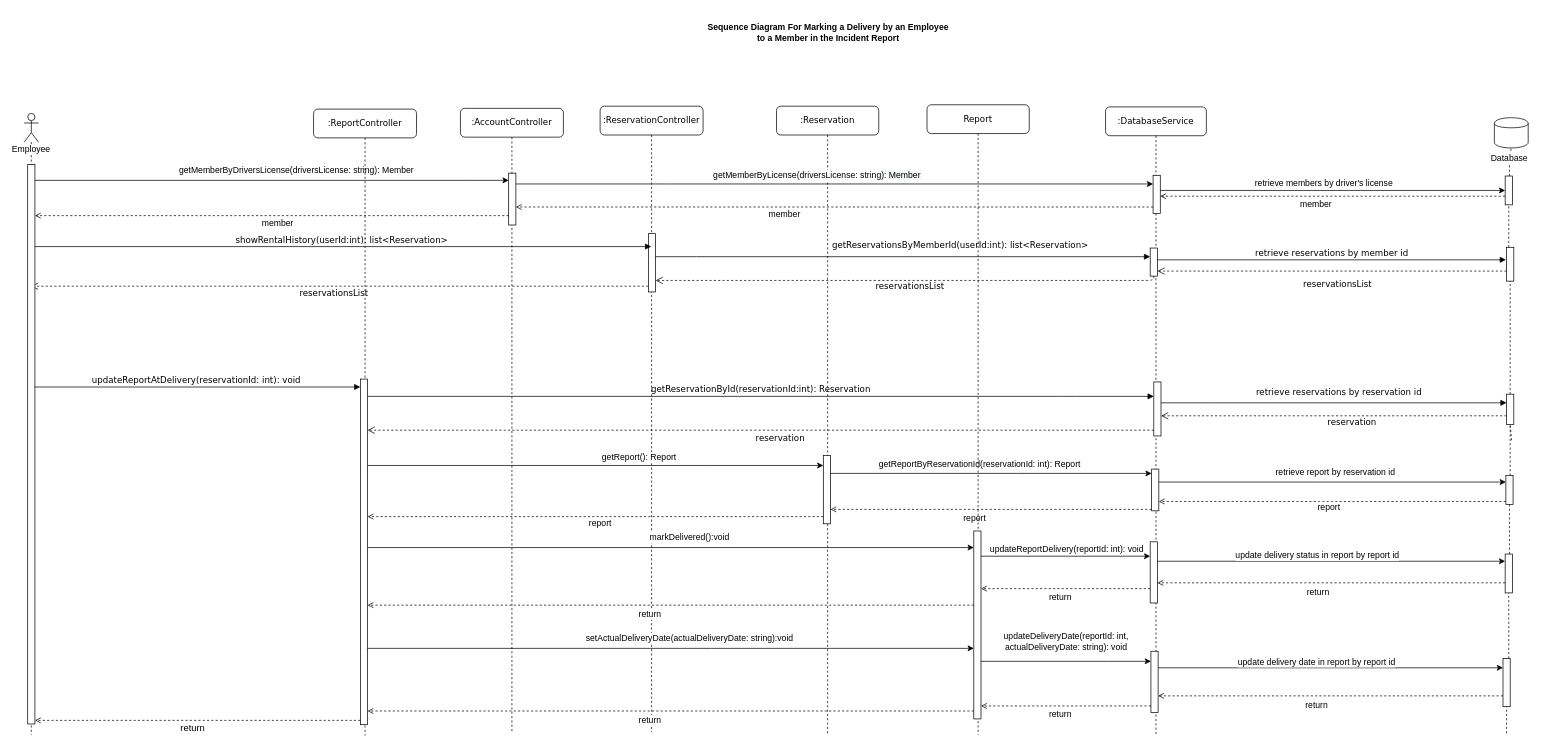
Above: Sequence Diagrams/SequenceDiagramIncidentReportAtDelivery.drawio in aysegulsari/SWE-530 (draw.io), before the change. Source tidied: cells renumbered, new cells numbered last; positions are measured from the earlier drawing's top-left corner, leaving out a move shared by most shapes. Both pictures are drawn from the tidied source at 72%, with x=0, y=0 at pixel (24, 12).
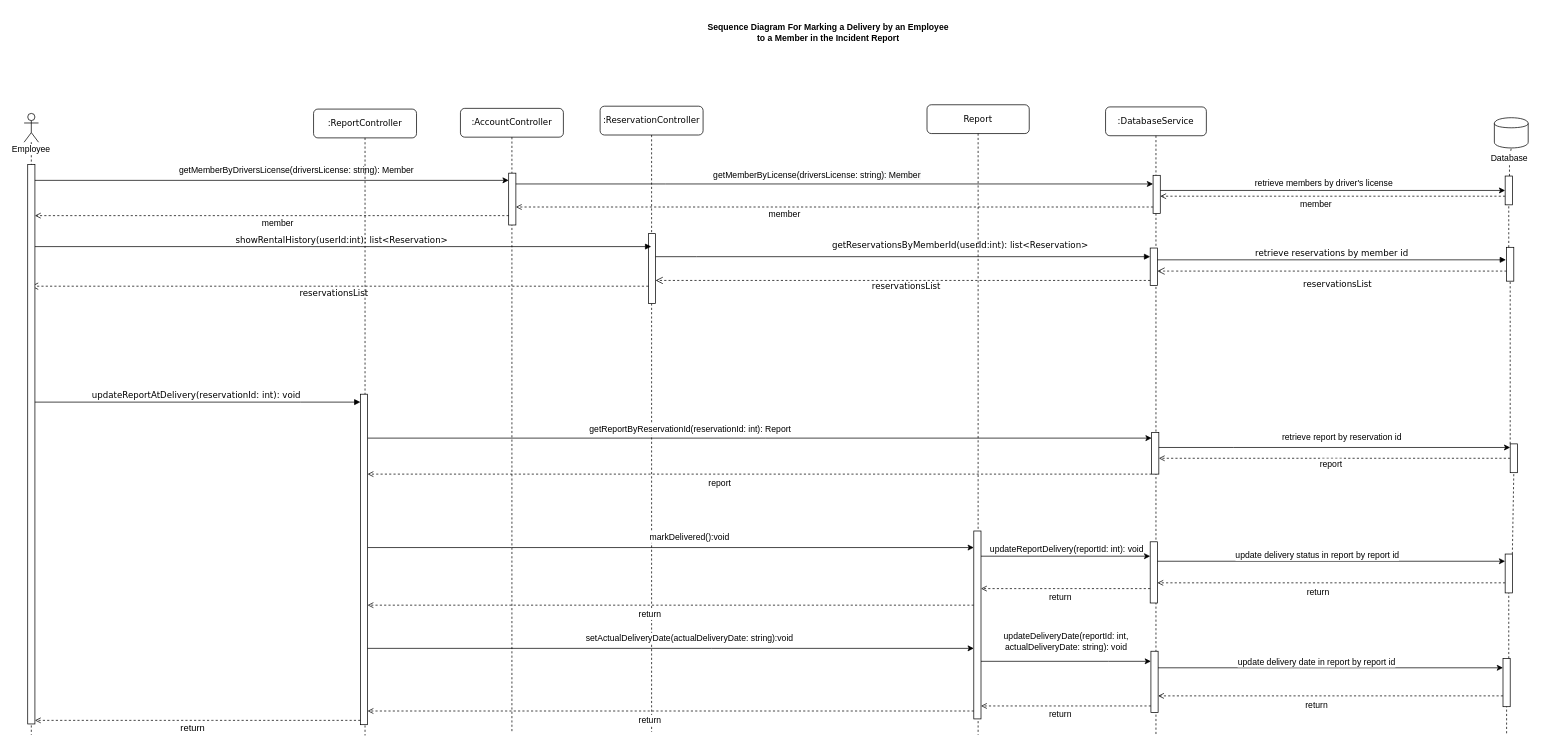
The same diagram, later.

Commit message (it also covers changes not shown here):
Updated incident report at delivery and rating sequence diagrams. Added rating object for comfort rating. Changed DB call arrow labels.

The change refers to these unchanged cells:
```xml
<mxCell id="2" value=":ReservationController" style="shape=umlLifeline;perimeter=lifelinePerimeter;whiteSpace=wrap;html=1;outlineConnect=0;rounded=1;shadow=0;comic=0;labelBackgroundColor=none;strokeWidth=1;fontFamily=Verdana;fontSize=12;align=center;" parent="1" vertex="1">
  <mxGeometry x="800" y="130" width="143" height="869" as="geometry" />
</mxCell>
<mxCell id="4" value=":DatabaseService" style="shape=umlLifeline;perimeter=lifelinePerimeter;whiteSpace=wrap;html=1;rounded=1;shadow=0;comic=0;labelBackgroundColor=none;strokeWidth=1;fontFamily=Verdana;fontSize=12;align=center;" parent="1" vertex="1">
  <mxGeometry x="1502" y="131" width="140" height="872" as="geometry" />
</mxCell>
<mxCell id="17" value="Employee" style="shape=umlLifeline;participant=umlActor;perimeter=lifelinePerimeter;whiteSpace=wrap;html=1;verticalAlign=top;spacingTop=36;labelBackgroundColor=#ffffff;outlineConnect=0;" parent="1" vertex="1">
  <mxGeometry y="140" width="20" height="863" as="geometry" />
</mxCell>
<mxCell id="27" style="html=1;points=[];perimeter=orthogonalPerimeter;rounded=0;shadow=0;comic=0;labelBackgroundColor=none;strokeColor=#000000;strokeWidth=1;fillColor=#FFFFFF;fontFamily=Verdana;fontSize=12;fontColor=#000000;align=center;" parent="1" vertex="1">
  <mxGeometry x="2059" y="326" width="10" height="47" as="geometry" />
</mxCell>
<mxCell id="74" value=":ReportController" style="shape=umlLifeline;perimeter=lifelinePerimeter;whiteSpace=wrap;html=1;rounded=1;shadow=0;comic=0;labelBackgroundColor=none;strokeWidth=1;fontFamily=Verdana;fontSize=12;align=center;" parent="1" vertex="1">
  <mxGeometry x="402" y="134" width="143" height="870" as="geometry" />
</mxCell>
```

The edit, as a diff of the source:
```diff
@@
     <mxCell id="3" style="html=1;points=[];perimeter=orthogonalPerimeter;rounded=0;shadow=0;comic=0;labelBackgroundColor=none;strokeWidth=1;fontFamily=Verdana;fontSize=12;align=center;" parent="2" vertex="1">
-      <mxGeometry x="67" y="177" width="10" height="81" as="geometry" />
+      <mxGeometry x="67" y="177" width="10" height="97" as="geometry" />
     </mxCell>
@@
     <mxCell id="5" style="html=1;points=[];perimeter=orthogonalPerimeter;rounded=0;shadow=0;comic=0;labelBackgroundColor=none;strokeWidth=1;fontFamily=Verdana;fontSize=12;align=center;" parent="4" vertex="1">
-      <mxGeometry x="62" y="196" width="10" height="39" as="geometry" />
+      <mxGeometry x="62" y="196" width="10" height="52" as="geometry" />
     </mxCell>
-    <mxCell id="6" style="html=1;points=[];perimeter=orthogonalPerimeter;rounded=0;shadow=0;comic=0;labelBackgroundColor=none;strokeWidth=1;fontFamily=Verdana;fontSize=12;align=center;" parent="4" vertex="1">
-      <mxGeometry x="67" y="382" width="10" height="75" as="geometry" />
-    </mxCell>
     <mxCell id="7" style="html=1;points=[];perimeter=orthogonalPerimeter;rounded=0;shadow=0;comic=0;labelBackgroundColor=none;strokeWidth=1;fontFamily=Verdana;fontSize=12;align=center;" parent="4" vertex="1">
-      <mxGeometry x="64" y="503" width="10" height="58" as="geometry" />
+      <mxGeometry x="64" y="452" width="10" height="58" as="geometry" />
     </mxCell>
@@
     <mxCell id="11" value="updateReportAtDelivery(reservationId: int): void" style="html=1;verticalAlign=bottom;endArrow=block;labelBackgroundColor=none;fontFamily=Verdana;fontSize=12;edgeStyle=elbowEdgeStyle;elbow=vertical;" parent="1" edge="1" source="17" target="75">
       <mxGeometry relative="1" as="geometry">
         <Array as="points">
+          <mxPoint x="394" y="541" />
           <mxPoint x="412" y="520" />
           <mxPoint x="384" y="469" />
           <mxPoint x="309" y="433" />
           <mxPoint x="422" y="488" />
           <mxPoint x="770.5" y="397" />
           <mxPoint x="850.5" y="377" />
           <mxPoint x="800.5" y="257" />
         </Array>
       </mxGeometry>
     </mxCell>
@@
-    <mxCell id="20" value="getReservationById(reservationId:int): Reservation" style="html=1;verticalAlign=bottom;endArrow=block;labelBackgroundColor=none;fontFamily=Verdana;fontSize=12;edgeStyle=elbowEdgeStyle;elbow=vertical;" parent="1" edge="1" source="75" target="6">
-      <mxGeometry relative="1" as="geometry">
-        <Array as="points">
-          <mxPoint x="1452" y="533" />
-          <mxPoint x="1360" y="518" />
-          <mxPoint x="1433" y="481" />
-          <mxPoint x="1097" y="460" />
-          <mxPoint x="1050" y="530" />
-          <mxPoint x="1185" y="520" />
-          <mxPoint x="1215" y="490" />
-          <mxPoint x="1295" y="470" />
-          <mxPoint x="1245" y="350" />
-        </Array>
-      </mxGeometry>
-    </mxCell>
-    <mxCell id="21" value="reservation" style="html=1;verticalAlign=bottom;endArrow=open;dashed=1;endSize=8;labelBackgroundColor=none;fontFamily=Verdana;fontSize=12;edgeStyle=elbowEdgeStyle;elbow=vertical;" parent="1" edge="1" source="6" target="75">
-      <mxGeometry x="-0.03" y="22" relative="1" as="geometry">
-        <Array as="points">
-          <mxPoint x="1419" y="580" />
-          <mxPoint x="1239" y="539" />
-          <mxPoint x="1020" y="580" />
-          <mxPoint x="1035" y="551" />
-        </Array>
-        <mxPoint x="11" y="-2" as="offset" />
-      </mxGeometry>
-    </mxCell>
-    <mxCell id="22" value="retrieve reservations by reservation id" style="html=1;verticalAlign=bottom;endArrow=block;labelBackgroundColor=none;fontFamily=Verdana;fontSize=12;edgeStyle=elbowEdgeStyle;elbow=vertical;" parent="1" edge="1" source="6" target="54">
-      <mxGeometry x="0.03" y="6" relative="1" as="geometry">
-        <Array as="points">
-          <mxPoint x="1659" y="542" />
-          <mxPoint x="1852" y="529" />
-          <mxPoint x="1708" y="488" />
-          <mxPoint x="1875" y="468" />
-          <mxPoint x="1902" y="483" />
-          <mxPoint x="1671.5" y="542" />
-          <mxPoint x="1806.5" y="532" />
-          <mxPoint x="1836.5" y="502" />
-          <mxPoint x="1916.5" y="482" />
-          <mxPoint x="1866.5" y="362" />
-        </Array>
-      </mxGeometry>
-    </mxCell>
-    <mxCell id="23" value="reservation" style="html=1;verticalAlign=bottom;endArrow=open;dashed=1;endSize=8;labelBackgroundColor=none;fontFamily=Verdana;fontSize=12;edgeStyle=elbowEdgeStyle;elbow=vertical;" parent="1" edge="1" source="54" target="6">
-      <mxGeometry x="0.66" y="184" relative="1" as="geometry">
-        <Array as="points">
-          <mxPoint x="1898" y="560" />
-          <mxPoint x="1937" y="516" />
-          <mxPoint x="1592" y="567" />
-          <mxPoint x="1672" y="582" />
-          <mxPoint x="1362" y="572" />
-          <mxPoint x="1377" y="563" />
-        </Array>
-        <mxPoint x="183" y="-166" as="offset" />
-      </mxGeometry>
-    </mxCell>
@@
-    <mxCell id="28" style="endArrow=none;dashed=1;html=1;entryX=0.5;entryY=1;entryDx=0;entryDy=0;" parent="1" edge="1" source="54" target="27">
+    <mxCell id="28" style="endArrow=none;dashed=1;html=1;entryX=0.5;entryY=1;entryDx=0;entryDy=0;" parent="1" edge="1" source="42" target="27">
       <mxGeometry relative="1" as="geometry" />
     </mxCell>
-    <mxCell id="29" style="endArrow=none;dashed=1;html=1;entryX=0.5;entryY=1;entryDx=0;entryDy=0;" parent="1" edge="1" target="54">
-      <mxGeometry relative="1" as="geometry">
-        <mxPoint x="2066" y="594" as="sourcePoint" />
-      </mxGeometry>
-    </mxCell>
@@
-    <mxCell id="32" value=":Reservation" style="shape=umlLifeline;perimeter=lifelinePerimeter;whiteSpace=wrap;html=1;rounded=1;shadow=0;comic=0;labelBackgroundColor=none;strokeWidth=1;fontFamily=Verdana;fontSize=12;align=center;" parent="1" vertex="1">
-      <mxGeometry x="1045" y="130" width="142" height="874" as="geometry" />
-    </mxCell>
-    <mxCell id="33" style="html=1;points=[];perimeter=orthogonalPerimeter;rounded=0;shadow=0;comic=0;labelBackgroundColor=none;strokeWidth=1;fontFamily=Verdana;fontSize=12;align=center;" parent="32" vertex="1">
-      <mxGeometry x="65" y="485" width="10" height="95" as="geometry" />
-    </mxCell>
-    <mxCell id="34" style="edgeStyle=orthogonalEdgeStyle;rounded=0;jettySize=auto;html=1;" parent="1" edge="1" source="75" target="33">
-      <mxGeometry relative="1" as="geometry">
-        <Array as="points">
-          <mxPoint x="952" y="629" />
-          <mxPoint x="952" y="629" />
-        </Array>
-      </mxGeometry>
-    </mxCell>
-    <mxCell id="35" value="&lt;font style=&quot;font-size: 12px&quot;&gt;getReport(): Report&lt;/font&gt;" style="edgeLabel;html=1;align=center;verticalAlign=middle;" parent="34" vertex="1">
-      <mxGeometry x="0.29" relative="1" as="geometry">
-        <mxPoint x="-31.2" y="-12" as="offset" />
-      </mxGeometry>
-    </mxCell>
-    <mxCell id="36" style="edgeStyle=orthogonalEdgeStyle;rounded=0;jettySize=auto;html=1;dashed=1;endArrow=open;endFill=0;" parent="1" edge="1" source="33" target="75">
-      <mxGeometry relative="1" as="geometry">
-        <Array as="points">
-          <mxPoint x="833" y="700" />
-          <mxPoint x="833" y="700" />
-        </Array>
-      </mxGeometry>
-    </mxCell>
-    <mxCell id="37" value="&lt;font style=&quot;font-size: 12px&quot;&gt;report&lt;/font&gt;" style="edgeLabel;html=1;align=center;verticalAlign=middle;" parent="36" vertex="1">
-      <mxGeometry x="0.02" y="-17" relative="1" as="geometry">
-        <mxPoint x="12.3" y="25.1" as="offset" />
-      </mxGeometry>
-    </mxCell>
-    <mxCell id="38" style="edgeStyle=orthogonalEdgeStyle;rounded=0;jettySize=auto;html=1;" parent="1" edge="1" source="33" target="7">
+    <mxCell id="38" style="edgeStyle=orthogonalEdgeStyle;rounded=0;jettySize=auto;html=1;" parent="1" edge="1" source="75" target="7">
       <mxGeometry relative="1" as="geometry">
         <Array as="points">
-          <mxPoint x="1380" y="640" />
-          <mxPoint x="1380" y="640" />
+          <mxPoint x="1030" y="591" />
+          <mxPoint x="1030" y="591" />
         </Array>
       </mxGeometry>
     </mxCell>
@@
     <mxCell id="40" style="edgeStyle=orthogonalEdgeStyle;rounded=0;jettySize=auto;html=1;dashed=1;endArrow=open;endFill=0;" parent="1" edge="1" source="42" target="7">
       <mxGeometry relative="1" as="geometry">
         <Array as="points">
-          <mxPoint x="1793" y="679" />
-          <mxPoint x="1793" y="679" />
+          <mxPoint x="2069" y="631" />
+          <mxPoint x="1571" y="631" />
         </Array>
       </mxGeometry>
     </mxCell>
@@
     <mxCell id="42" style="html=1;points=[];perimeter=orthogonalPerimeter;rounded=0;shadow=0;comic=0;labelBackgroundColor=none;strokeColor=#000000;strokeWidth=1;fillColor=#FFFFFF;fontFamily=Verdana;fontSize=12;fontColor=#000000;align=center;" parent="1" vertex="1">
-      <mxGeometry x="2058" y="643" width="10" height="40" as="geometry" />
+      <mxGeometry x="2064" y="599" width="10" height="40" as="geometry" />
     </mxCell>
@@
     <mxCell id="44" style="edgeStyle=orthogonalEdgeStyle;rounded=0;jettySize=auto;html=1;" parent="1" edge="1" source="7" target="42">
       <mxGeometry relative="1" as="geometry">
         <Array as="points">
-          <mxPoint x="1795" y="652" />
-          <mxPoint x="1795" y="652" />
+          <mxPoint x="1680" y="604" />
+          <mxPoint x="1680" y="604" />
         </Array>
       </mxGeometry>
     </mxCell>
     <mxCell id="45" value="retrieve report by reservation id" style="text;html=1;align=center;verticalAlign=middle;" parent="1" vertex="1">
-      <mxGeometry x="1733" y="630" width="176" height="18" as="geometry" />
+      <mxGeometry x="1742" y="581" width="176" height="18" as="geometry" />
     </mxCell>
@@
-    <mxCell id="54" style="html=1;points=[];perimeter=orthogonalPerimeter;rounded=0;shadow=0;comic=0;labelBackgroundColor=none;strokeColor=#000000;strokeWidth=1;fillColor=#FFFFFF;fontFamily=Verdana;fontSize=12;fontColor=#000000;align=center;" parent="1" vertex="1">
-      <mxGeometry x="2059" y="530" width="10" height="42" as="geometry" />
-    </mxCell>
-    <mxCell id="55" style="endArrow=none;dashed=1;html=1;entryX=0.5;entryY=1;entryDx=0;entryDy=0;" parent="1" edge="1" source="42" target="54">
-      <mxGeometry relative="1" as="geometry" />
-    </mxCell>
@@
     <mxCell id="75" style="html=1;points=[];perimeter=orthogonalPerimeter;rounded=0;shadow=0;comic=0;labelBackgroundColor=none;strokeWidth=1;fontFamily=Verdana;fontSize=12;align=center;" parent="74" vertex="1">
-      <mxGeometry x="65" y="375" width="10" height="480" as="geometry" />
+      <mxGeometry x="65" y="396" width="10" height="459" as="geometry" />
     </mxCell>
@@
-    <mxCell id="78" style="edgeStyle=orthogonalEdgeStyle;rounded=0;jettySize=auto;html=1;dashed=1;startArrow=none;startFill=0;endArrow=open;endFill=0;" parent="1" edge="1" source="7" target="33">
+    <mxCell id="78" style="edgeStyle=orthogonalEdgeStyle;rounded=0;jettySize=auto;html=1;dashed=1;startArrow=none;startFill=0;endArrow=open;endFill=0;" parent="1" edge="1" source="7" target="75">
       <mxGeometry relative="1" as="geometry">
         <Array as="points">
-          <mxPoint x="1318" y="690" />
-          <mxPoint x="1318" y="690" />
+          <mxPoint x="1054" y="641" />
+          <mxPoint x="1054" y="641" />
         </Array>
       </mxGeometry>
     </mxCell>
```
